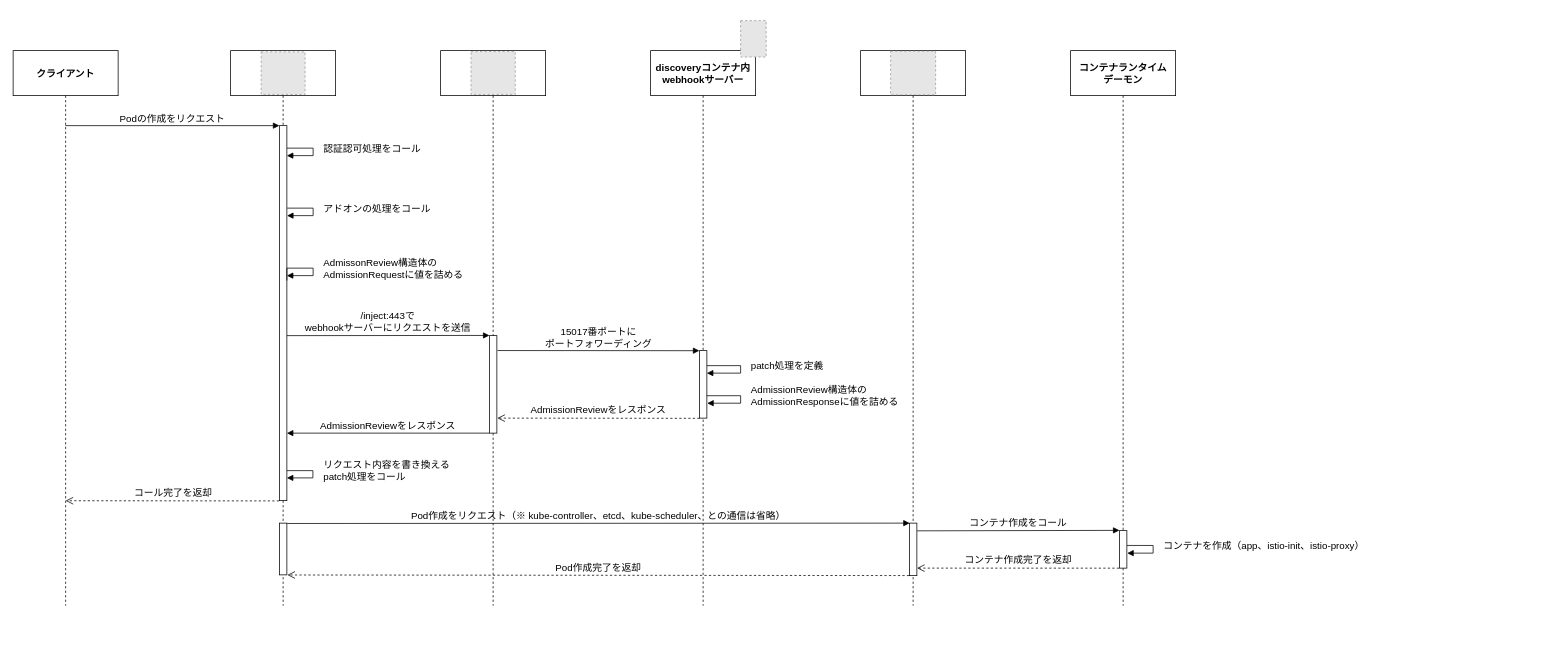
The draw.io diagram page "istio_container-injection_flow" (4 of 4) of images/drawio/istio/service-mesh_layer.drawio in hiroki-it/tech-notebook_old, before the edit. Source tidied: cells renumbered, new cells numbered last; positions are measured from the earlier drawing's top-left corner, leaving out a move shared by most shapes. Both pictures are drawn from the tidied source at 75%, with x=0, y=0 at pixel (13, 20). Pictures stored in the file or linked from it are replaced by grey dashed boxes.
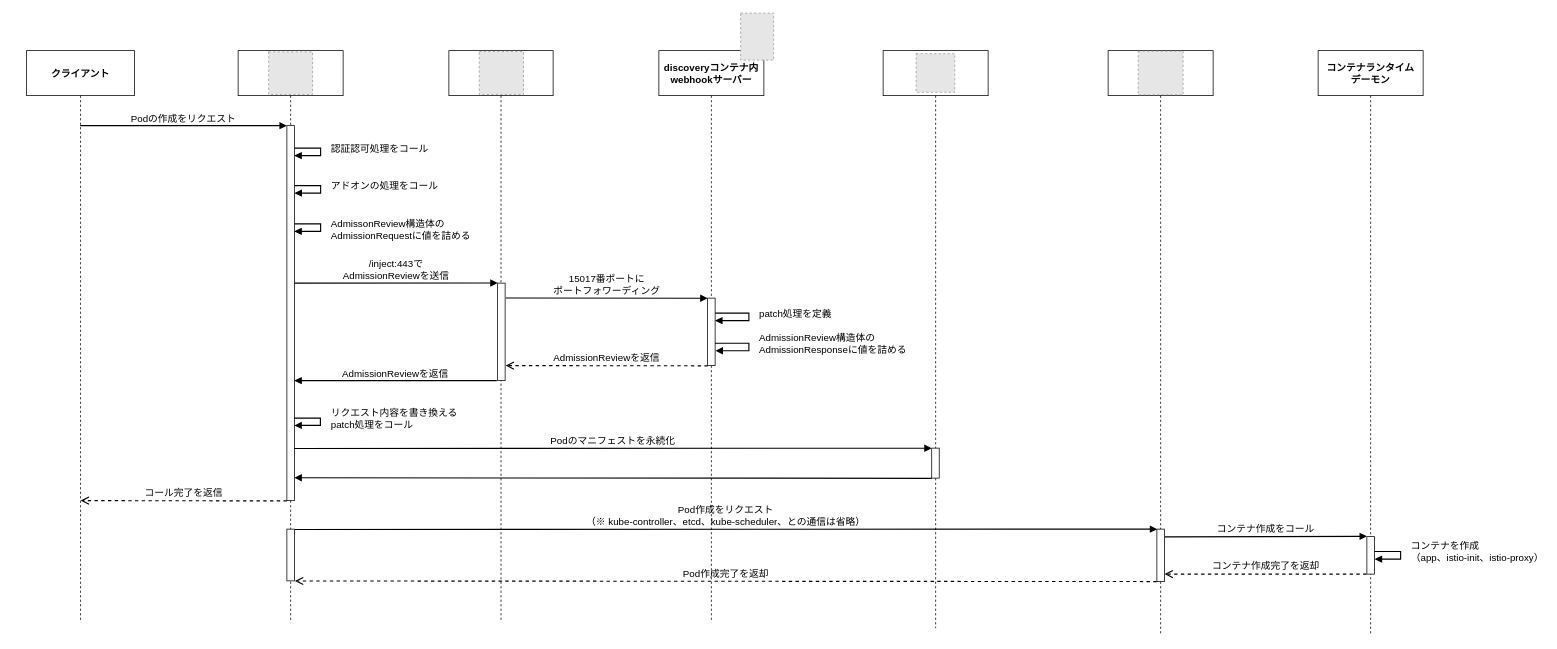
The same page after the edit.

Diff of the diagram source:
```diff
@@
     <mxCell id="2" style="shape=umlLifeline;perimeter=lifelinePerimeter;rounded=0;shadow=0;strokeWidth=1;fontSize=11;labelBackgroundColor=none;size=60;fillColor=none;" parent="1" vertex="1">
-      <mxGeometry x="850" y="40" width="140" height="740" as="geometry" />
+      <mxGeometry x="861" y="40" width="140" height="760" as="geometry" />
     </mxCell>
     <mxCell id="3" value="クライアント" style="shape=umlLifeline;perimeter=lifelinePerimeter;rounded=0;shadow=0;strokeWidth=1;labelBackgroundColor=none;fontSize=13;size=60;fillColor=none;fontStyle=1;" parent="1" vertex="1">
-      <mxGeometry y="40" width="140" height="740" as="geometry" />
+      <mxGeometry x="18" y="40" width="143.8" height="760" as="geometry" />
     </mxCell>
     <mxCell id="4" style="shape=umlLifeline;perimeter=lifelinePerimeter;rounded=0;shadow=0;strokeWidth=1;labelBackgroundColor=none;fontSize=13;size=60;fillColor=none;" parent="1" vertex="1">
-      <mxGeometry x="290" y="40" width="140" height="740" as="geometry" />
+      <mxGeometry x="300" y="40" width="140" height="760" as="geometry" />
     </mxCell>
-    <mxCell id="5" value="Podの作成をリクエスト" style="verticalAlign=bottom;endArrow=block;entryX=0;entryY=0;shadow=0;strokeWidth=1;labelBackgroundColor=none;fontColor=default;fontSize=13;" parent="1" edge="1" source="3" target="16">
+    <mxCell id="5" value="Podの作成をリクエスト" style="verticalAlign=bottom;endArrow=block;entryX=0;entryY=0;shadow=0;strokeWidth=1.5;labelBackgroundColor=none;fontColor=default;fontSize=13;" parent="1" edge="1" source="3" target="16">
       <mxGeometry relative="1" as="geometry" />
     </mxCell>
-    <mxCell id="6" value="コール完了を返却" style="html=1;verticalAlign=bottom;endArrow=open;dashed=1;endSize=8;rounded=0;exitX=-0.048;exitY=0.999;exitDx=0;exitDy=0;exitPerimeter=0;entryX=0.5;entryY=0.811;entryDx=0;entryDy=0;entryPerimeter=0;labelBackgroundColor=none;fontColor=default;fontSize=13;" parent="1" edge="1" target="3">
+    <mxCell id="6" value="コール完了を返信" style="html=1;verticalAlign=bottom;endArrow=open;dashed=1;endSize=8;rounded=0;exitX=0.032;exitY=1.001;exitDx=0;exitDy=0;exitPerimeter=0;labelBackgroundColor=none;fontColor=default;fontSize=13;strokeWidth=1.5;" parent="1" edge="1">
       <mxGeometry relative="1" as="geometry">
-        <mxPoint x="354.5" y="640.4" as="sourcePoint" />
+        <mxPoint x="365" y="640.4" as="sourcePoint" />
+        <mxPoint x="90" y="640" as="targetPoint" />
       </mxGeometry>
     </mxCell>
-    <mxCell id="7" value="/inject:443で&#10;webhookサーバーにリクエストを送信" style="verticalAlign=bottom;endArrow=block;entryX=0.011;entryY=-0.002;shadow=0;strokeWidth=1;entryDx=0;entryDy=0;entryPerimeter=0;exitX=0.975;exitY=0.56;exitDx=0;exitDy=0;exitPerimeter=0;labelBackgroundColor=none;fontColor=default;fontSize=13;" parent="1" edge="1" source="16" target="23">
-      <mxGeometry relative="1" as="geometry" />
+    <mxCell id="7" value="/inject:443で&#10;AdmissionReviewを送信" style="verticalAlign=bottom;endArrow=block;entryX=0.011;entryY=-0.002;shadow=0;strokeWidth=1.5;entryDx=0;entryDy=0;entryPerimeter=0;exitX=0.975;exitY=0.56;exitDx=0;exitDy=0;exitPerimeter=0;labelBackgroundColor=none;fontColor=default;fontSize=13;" parent="1" edge="1" target="23">
+      <mxGeometry relative="1" as="geometry">
+        <mxPoint x="374.8" y="350" as="sourcePoint" />
+      </mxGeometry>
     </mxCell>
     <mxCell id="8" style="shape=umlLifeline;perimeter=lifelinePerimeter;rounded=0;shadow=0;strokeWidth=1;labelBackgroundColor=none;fontSize=13;size=60;fillColor=none;" parent="1" vertex="1">
-      <mxGeometry x="1130" y="40" width="140" height="740" as="geometry" />
+      <mxGeometry x="1460" y="40" width="140" height="780" as="geometry" />
     </mxCell>
-    <mxCell id="9" value="Pod作成をリクエスト（※ kube-controller、etcd、kube-scheduler、との通信は省略）" style="verticalAlign=bottom;endArrow=block;shadow=0;strokeWidth=1;entryX=0.049;entryY=0;entryDx=0;entryDy=0;entryPerimeter=0;exitX=1.041;exitY=0.007;exitDx=0;exitDy=0;exitPerimeter=0;labelBackgroundColor=none;fontColor=default;fontSize=13;" parent="1" edge="1" source="20" target="28">
+    <mxCell id="9" value="Pod作成をリクエスト&#10;（※ kube-controller、etcd、kube-scheduler、との通信は省略）" style="verticalAlign=bottom;endArrow=block;shadow=0;strokeWidth=1.5;entryX=0.049;entryY=0;entryDx=0;entryDy=0;entryPerimeter=0;exitX=1.041;exitY=0.007;exitDx=0;exitDy=0;exitPerimeter=0;labelBackgroundColor=none;fontColor=default;fontSize=13;" parent="1" edge="1" source="20" target="28">
       <mxGeometry relative="1" as="geometry" />
     </mxCell>
-    <mxCell id="10" value="Pod作成完了を返却" style="html=1;verticalAlign=bottom;endArrow=open;dashed=1;endSize=8;rounded=0;exitX=-0.028;exitY=0.999;exitDx=0;exitDy=0;exitPerimeter=0;entryX=1.071;entryY=1.002;entryDx=0;entryDy=0;entryPerimeter=0;labelBackgroundColor=none;fontColor=default;fontSize=13;" parent="1" edge="1" source="28" target="20">
+    <mxCell id="10" value="Pod作成完了を返却" style="html=1;verticalAlign=bottom;endArrow=open;dashed=1;endSize=8;rounded=0;exitX=-0.028;exitY=0.999;exitDx=0;exitDy=0;exitPerimeter=0;entryX=1.071;entryY=1.002;entryDx=0;entryDy=0;entryPerimeter=0;labelBackgroundColor=none;fontColor=default;fontSize=13;strokeWidth=1.5;" parent="1" edge="1" source="28" target="20">
       <mxGeometry relative="1" as="geometry" />
     </mxCell>
     <mxCell id="11" value="コンテナランタイム&#10;デーモン" style="shape=umlLifeline;perimeter=lifelinePerimeter;rounded=0;shadow=0;strokeWidth=1;labelBackgroundColor=none;fontSize=13;size=60;fillColor=none;fontStyle=1;" parent="1" vertex="1">
-      <mxGeometry x="1410" y="40" width="140" height="740" as="geometry" />
+      <mxGeometry x="1740" y="40" width="140" height="780" as="geometry" />
     </mxCell>
-    <mxCell id="12" value="コンテナ作成をコール" style="verticalAlign=bottom;endArrow=block;shadow=0;strokeWidth=1;entryX=0.015;entryY=-0.007;entryDx=0;entryDy=0;entryPerimeter=0;exitX=1.042;exitY=0.147;exitDx=0;exitDy=0;exitPerimeter=0;labelBackgroundColor=none;fontColor=default;fontSize=13;" parent="1" edge="1" source="28" target="29">
+    <mxCell id="12" value="コンテナ作成をコール" style="verticalAlign=bottom;endArrow=block;shadow=0;strokeWidth=1.5;entryX=0.015;entryY=-0.007;entryDx=0;entryDy=0;entryPerimeter=0;exitX=1.042;exitY=0.147;exitDx=0;exitDy=0;exitPerimeter=0;labelBackgroundColor=none;fontColor=default;fontSize=13;" parent="1" edge="1" source="28" target="29">
       <mxGeometry relative="1" as="geometry" />
     </mxCell>
-    <mxCell id="13" value="コンテナ作成完了を返却" style="html=1;verticalAlign=bottom;endArrow=open;dashed=1;endSize=8;rounded=0;exitX=-0.049;exitY=1.001;exitDx=0;exitDy=0;exitPerimeter=0;entryX=1.024;entryY=0.857;entryDx=0;entryDy=0;entryPerimeter=0;labelBackgroundColor=none;fontColor=default;fontSize=13;" parent="1" edge="1" source="29" target="28">
+    <mxCell id="13" value="コンテナ作成完了を返却" style="html=1;verticalAlign=bottom;endArrow=open;dashed=1;endSize=8;rounded=0;exitX=-0.049;exitY=1.001;exitDx=0;exitDy=0;exitPerimeter=0;entryX=1.024;entryY=0.857;entryDx=0;entryDy=0;entryPerimeter=0;labelBackgroundColor=none;fontColor=default;fontSize=13;strokeWidth=1.5;" parent="1" edge="1" source="29" target="28">
       <mxGeometry relative="1" as="geometry" />
     </mxCell>
     <mxCell id="14" style="shape=umlLifeline;perimeter=lifelinePerimeter;rounded=0;shadow=0;strokeWidth=1;labelBackgroundColor=none;fontSize=13;size=60;fillColor=none;" parent="1" vertex="1">
-      <mxGeometry x="570" y="40" width="140" height="740" as="geometry" />
+      <mxGeometry x="581" y="40" width="139" height="760" as="geometry" />
     </mxCell>
-    <mxCell id="15" value="AdmissionReviewをレスポンス" style="html=1;verticalAlign=bottom;endArrow=open;dashed=1;endSize=8;rounded=0;exitX=0.02;exitY=1.003;exitDx=0;exitDy=0;exitPerimeter=0;entryX=1.064;entryY=0.846;entryDx=0;entryDy=0;entryPerimeter=0;labelBackgroundColor=none;fontColor=default;fontSize=13;" parent="1" edge="1" source="24" target="23">
+    <mxCell id="15" value="AdmissionReviewを返信" style="html=1;verticalAlign=bottom;endArrow=open;dashed=1;endSize=8;rounded=0;exitX=0.02;exitY=1.003;exitDx=0;exitDy=0;exitPerimeter=0;entryX=1.064;entryY=0.846;entryDx=0;entryDy=0;entryPerimeter=0;labelBackgroundColor=none;fontColor=default;fontSize=13;strokeWidth=1.5;" parent="1" edge="1" source="24" target="23">
       <mxGeometry relative="1" as="geometry" />
     </mxCell>
     <mxCell id="16" style="points=[];perimeter=orthogonalPerimeter;rounded=0;shadow=0;strokeWidth=1;labelBackgroundColor=none;fontSize=13;" parent="1" vertex="1">
-      <mxGeometry x="355" y="140" width="10" height="500" as="geometry" />
+      <mxGeometry x="365" y="140" width="10" height="500" as="geometry" />
     </mxCell>
-    <mxCell id="17" value="認証認可処理をコール" style="edgeStyle=orthogonalEdgeStyle;html=1;align=left;spacingLeft=2;endArrow=block;rounded=0;exitX=1.013;exitY=0.06;exitDx=0;exitDy=0;exitPerimeter=0;labelBackgroundColor=none;fontColor=default;fontSize=13;" parent="1" edge="1" source="16">
+    <mxCell id="17" value="認証認可処理をコール" style="edgeStyle=orthogonalEdgeStyle;html=1;align=left;spacingLeft=2;endArrow=block;rounded=0;exitX=1.013;exitY=0.06;exitDx=0;exitDy=0;exitPerimeter=0;labelBackgroundColor=none;fontColor=default;fontSize=13;strokeWidth=1.5;" parent="1" edge="1" source="16">
       <mxGeometry x="-0.13" y="10" relative="1" as="geometry">
-        <mxPoint x="365" y="180" as="targetPoint" />
+        <mxPoint x="375" y="180" as="targetPoint" />
         <Array as="points">
-          <mxPoint x="400" y="170" />
-          <mxPoint x="400" y="180" />
+          <mxPoint x="410" y="170" />
+          <mxPoint x="410" y="180" />
         </Array>
       </mxGeometry>
     </mxCell>
-    <mxCell id="18" value="アドオンの処理をコール" style="edgeStyle=orthogonalEdgeStyle;html=1;align=left;spacingLeft=2;endArrow=block;rounded=0;entryX=1.021;entryY=0.24;entryDx=0;entryDy=0;entryPerimeter=0;labelBackgroundColor=none;fontColor=default;exitX=1.036;exitY=0.22;exitDx=0;exitDy=0;exitPerimeter=0;fontSize=13;" parent="1" edge="1" source="16" target="16">
+    <mxCell id="18" value="アドオンの処理をコール" style="edgeStyle=orthogonalEdgeStyle;html=1;align=left;spacingLeft=2;endArrow=block;rounded=0;entryX=1.021;entryY=0.24;entryDx=0;entryDy=0;entryPerimeter=0;labelBackgroundColor=none;fontColor=default;exitX=1.036;exitY=0.22;exitDx=0;exitDy=0;exitPerimeter=0;fontSize=13;strokeWidth=1.5;" parent="1" edge="1">
       <mxGeometry x="-0.13" y="10" relative="1" as="geometry">
+        <mxPoint x="375.4" y="220" as="sourcePoint" />
+        <mxPoint x="375.2" y="230" as="targetPoint" />
         <Array as="points">
-          <mxPoint x="400" y="250" />
-          <mxPoint x="400" y="260" />
+          <mxPoint x="410" y="220" />
+          <mxPoint x="410" y="230" />
         </Array>
       </mxGeometry>
     </mxCell>
-    <mxCell id="19" value="リクエスト内容を書き換える&lt;br style=&quot;font-size: 13px;&quot;&gt;patch処理をコール" style="edgeStyle=orthogonalEdgeStyle;html=1;align=left;spacingLeft=2;endArrow=block;rounded=0;exitX=1.029;exitY=0.913;exitDx=0;exitDy=0;exitPerimeter=0;labelBackgroundColor=none;fontColor=default;entryX=1.026;entryY=0.934;entryDx=0;entryDy=0;entryPerimeter=0;fontSize=13;" parent="1" edge="1">
+    <mxCell id="19" value="リクエスト内容を書き換える&lt;br style=&quot;font-size: 13px;&quot;&gt;patch処理をコール" style="edgeStyle=orthogonalEdgeStyle;html=1;align=left;spacingLeft=2;endArrow=block;rounded=0;exitX=1.029;exitY=0.913;exitDx=0;exitDy=0;exitPerimeter=0;labelBackgroundColor=none;fontColor=default;entryX=1.026;entryY=0.934;entryDx=0;entryDy=0;entryPerimeter=0;fontSize=13;strokeWidth=1.5;" parent="1" edge="1">
       <mxGeometry x="-0.12" y="10" relative="1" as="geometry">
-        <mxPoint x="365" y="600" as="sourcePoint" />
-        <mxPoint x="365" y="609.7" as="targetPoint" />
+        <mxPoint x="375" y="530" as="sourcePoint" />
+        <mxPoint x="375" y="539.7" as="targetPoint" />
         <Array as="points">
-          <mxPoint x="399.7" y="600" />
-          <mxPoint x="399.7" y="610" />
+          <mxPoint x="409.7" y="530" />
+          <mxPoint x="409.7" y="540" />
         </Array>
       </mxGeometry>
     </mxCell>
     <mxCell id="20" style="html=1;points=[];perimeter=orthogonalPerimeter;labelBackgroundColor=none;fontSize=13;" parent="1" vertex="1">
-      <mxGeometry x="355" y="670" width="10" height="69" as="geometry" />
+      <mxGeometry x="365" y="678" width="10" height="69" as="geometry" />
     </mxCell>
-    <mxCell id="21" value="AdmissonReview構造体の&lt;br style=&quot;font-size: 13px;&quot;&gt;AdmissionRequestに値を詰める" style="edgeStyle=orthogonalEdgeStyle;html=1;align=left;spacingLeft=2;endArrow=block;rounded=0;labelBackgroundColor=none;fontColor=default;exitX=1.001;exitY=0.413;exitDx=0;exitDy=0;exitPerimeter=0;entryX=0.998;entryY=0.4;entryDx=0;entryDy=0;entryPerimeter=0;fontSize=13;" parent="1" edge="1" source="16" target="16">
+    <mxCell id="21" value="AdmissonReview構造体の&lt;br style=&quot;font-size: 13px;&quot;&gt;AdmissionRequestに値を詰める" style="edgeStyle=orthogonalEdgeStyle;html=1;align=left;spacingLeft=2;endArrow=block;rounded=0;labelBackgroundColor=none;fontColor=default;exitX=1.034;exitY=0.38;exitDx=0;exitDy=0;exitPerimeter=0;entryX=0.998;entryY=0.4;entryDx=0;entryDy=0;entryPerimeter=0;fontSize=13;strokeWidth=1.5;" parent="1" edge="1">
       <mxGeometry x="0.07" y="10" relative="1" as="geometry">
+        <mxPoint x="375.3" y="271" as="sourcePoint" />
+        <mxPoint x="375" y="281" as="targetPoint" />
         <Array as="points">
-          <mxPoint x="365" y="330" />
-          <mxPoint x="400" y="330" />
-          <mxPoint x="400" y="340" />
+          <mxPoint x="410" y="271" />
+          <mxPoint x="410" y="281" />
         </Array>
       </mxGeometry>
     </mxCell>
-    <mxCell id="22" value="AdmissionReviewをレスポンス" style="verticalAlign=bottom;endArrow=block;shadow=0;strokeWidth=1;exitX=-0.005;exitY=1;exitDx=0;exitDy=0;exitPerimeter=0;labelBackgroundColor=none;fontColor=default;fontSize=13;" parent="1" edge="1" source="23">
+    <mxCell id="22" value="AdmissionReviewを返信" style="verticalAlign=bottom;endArrow=block;shadow=0;strokeWidth=1.5;exitX=-0.005;exitY=1;exitDx=0;exitDy=0;exitPerimeter=0;labelBackgroundColor=none;fontColor=default;fontSize=13;" parent="1" edge="1">
       <mxGeometry relative="1" as="geometry">
-        <mxPoint x="365" y="550" as="targetPoint" />
+        <mxPoint x="644.9" y="480" as="sourcePoint" />
+        <mxPoint x="375" y="480" as="targetPoint" />
       </mxGeometry>
     </mxCell>
     <mxCell id="23" style="points=[];perimeter=orthogonalPerimeter;rounded=0;shadow=0;strokeWidth=1;labelBackgroundColor=none;fontSize=13;" parent="1" vertex="1">
-      <mxGeometry x="635" y="420" width="10" height="130" as="geometry" />
+      <mxGeometry x="646" y="350" width="10" height="130" as="geometry" />
     </mxCell>
     <mxCell id="24" style="points=[];perimeter=orthogonalPerimeter;rounded=0;shadow=0;strokeWidth=1;labelBackgroundColor=none;fontSize=13;" parent="1" vertex="1">
-      <mxGeometry x="915" y="440" width="10" height="90" as="geometry" />
+      <mxGeometry x="926" y="370" width="10" height="90" as="geometry" />
     </mxCell>
-    <mxCell id="25" value="AdmissionReview構造体の&lt;br style=&quot;font-size: 13px;&quot;&gt;AdmissionResponseに値を詰める" style="edgeStyle=orthogonalEdgeStyle;html=1;align=left;spacingLeft=2;endArrow=block;rounded=0;entryX=1.048;entryY=0.779;entryDx=0;entryDy=0;entryPerimeter=0;exitX=0.981;exitY=0.668;exitDx=0;exitDy=0;exitPerimeter=0;labelBackgroundColor=none;fontColor=default;fontSize=13;" parent="1" edge="1" source="24" target="24">
+    <mxCell id="25" value="AdmissionReview構造体の&lt;br style=&quot;font-size: 13px;&quot;&gt;AdmissionResponseに値を詰める" style="edgeStyle=orthogonalEdgeStyle;html=1;align=left;spacingLeft=2;endArrow=block;rounded=0;entryX=1.048;entryY=0.779;entryDx=0;entryDy=0;entryPerimeter=0;exitX=0.981;exitY=0.668;exitDx=0;exitDy=0;exitPerimeter=0;labelBackgroundColor=none;fontColor=default;fontSize=13;strokeWidth=1.5;" parent="1" edge="1" source="24" target="24">
       <mxGeometry x="-0.09" y="10" relative="1" as="geometry">
         <Array as="points">
-          <mxPoint x="970" y="500" />
-          <mxPoint x="970" y="510" />
+          <mxPoint x="981" y="430" />
+          <mxPoint x="981" y="440" />
         </Array>
       </mxGeometry>
     </mxCell>
-    <mxCell id="26" value="patch処理を定義" style="edgeStyle=orthogonalEdgeStyle;html=1;align=left;spacingLeft=2;endArrow=block;rounded=0;labelBackgroundColor=none;fontColor=default;fontSize=13;" parent="1" edge="1" source="24">
+    <mxCell id="26" value="patch処理を定義" style="edgeStyle=orthogonalEdgeStyle;html=1;align=left;spacingLeft=2;endArrow=block;rounded=0;labelBackgroundColor=none;fontColor=default;fontSize=13;strokeWidth=1.5;" parent="1" edge="1" source="24">
       <mxGeometry x="-0.1" y="10" relative="1" as="geometry">
-        <mxPoint x="925" y="470" as="targetPoint" />
+        <mxPoint x="936" y="400" as="targetPoint" />
         <Array as="points">
-          <mxPoint x="970" y="460" />
-          <mxPoint x="970" y="470" />
+          <mxPoint x="981" y="390" />
+          <mxPoint x="981" y="400" />
         </Array>
       </mxGeometry>
     </mxCell>
-    <mxCell id="27" value="15017番ポートに&#10;ポートフォワーディング" style="verticalAlign=bottom;endArrow=block;entryX=0.011;entryY=-0.002;shadow=0;strokeWidth=1;entryDx=0;entryDy=0;entryPerimeter=0;exitX=1.086;exitY=0.153;exitDx=0;exitDy=0;exitPerimeter=0;labelBackgroundColor=none;fontColor=default;fontSize=13;" parent="1" edge="1" source="23">
+    <mxCell id="27" value="15017番ポートに&#10;ポートフォワーディング" style="verticalAlign=bottom;endArrow=block;entryX=0.011;entryY=-0.002;shadow=0;strokeWidth=1.5;entryDx=0;entryDy=0;entryPerimeter=0;exitX=1.086;exitY=0.153;exitDx=0;exitDy=0;exitPerimeter=0;labelBackgroundColor=none;fontColor=default;fontSize=13;" parent="1" edge="1" source="23">
       <mxGeometry relative="1" as="geometry">
-        <mxPoint x="915" y="440.1" as="targetPoint" />
+        <mxPoint x="926" y="370.1" as="targetPoint" />
       </mxGeometry>
     </mxCell>
     <mxCell id="28" style="points=[];perimeter=orthogonalPerimeter;rounded=0;shadow=0;strokeWidth=1;labelBackgroundColor=none;fontSize=13;" parent="1" vertex="1">
-      <mxGeometry x="1195" y="670" width="10" height="70" as="geometry" />
+      <mxGeometry x="1525" y="678" width="10" height="70" as="geometry" />
     </mxCell>
     <mxCell id="29" style="points=[];perimeter=orthogonalPerimeter;rounded=0;shadow=0;strokeWidth=1;labelBackgroundColor=none;fontSize=13;" parent="1" vertex="1">
-      <mxGeometry x="1475" y="680" width="10" height="50" as="geometry" />
+      <mxGeometry x="1805" y="688" width="10" height="50" as="geometry" />
     </mxCell>
-    <mxCell id="30" value="コンテナを作成（app、istio-init、istio-proxy）" style="edgeStyle=orthogonalEdgeStyle;html=1;align=left;spacingLeft=2;endArrow=block;rounded=0;exitX=1.016;exitY=0.395;exitDx=0;exitDy=0;exitPerimeter=0;labelBackgroundColor=none;fontColor=default;entryX=1.049;entryY=0.6;entryDx=0;entryDy=0;entryPerimeter=0;fontSize=13;" parent="1" edge="1" source="29" target="29">
+    <mxCell id="30" value="コンテナを作成&lt;br&gt;（app、istio-init、istio-proxy）" style="edgeStyle=orthogonalEdgeStyle;html=1;align=left;spacingLeft=2;endArrow=block;rounded=0;exitX=1.016;exitY=0.395;exitDx=0;exitDy=0;exitPerimeter=0;labelBackgroundColor=none;fontColor=default;entryX=1.049;entryY=0.6;entryDx=0;entryDy=0;entryPerimeter=0;fontSize=13;strokeWidth=1.5;" parent="1" edge="1" source="29" target="29">
       <mxGeometry x="-0.13" y="10" relative="1" as="geometry">
         <Array as="points">
-          <mxPoint x="1520" y="700" />
-          <mxPoint x="1520" y="710" />
+          <mxPoint x="1850" y="708" />
+          <mxPoint x="1850" y="718" />
         </Array>
       </mxGeometry>
     </mxCell>
     <mxCell id="31" style="fillColor=#E6E6E6;strokeColor=#999999;dashed=1;" parent="1" vertex="1">
-      <mxGeometry x="330.7" y="41.6" width="58.6" height="56.8" as="geometry" />
+      <mxGeometry x="340.7" y="41.6" width="58.6" height="56.8" as="geometry" />
     </mxCell>
     <mxCell id="32" style="fillColor=#E6E6E6;strokeColor=#999999;dashed=1;" parent="1" vertex="1">
-      <mxGeometry x="610.5" y="41.3" width="59" height="57.1" as="geometry" />
+      <mxGeometry x="621.5" y="41.3" width="59" height="57.1" as="geometry" />
     </mxCell>
     <mxCell id="33" style="fillColor=#E6E6E6;strokeColor=#999999;dashed=1;" parent="1" vertex="1">
-      <mxGeometry x="1170" y="40.8" width="60" height="58.1" as="geometry" />
+      <mxGeometry x="1500" y="40.8" width="60" height="58.1" as="geometry" />
     </mxCell>
     <mxCell id="34" value="&lt;b style=&quot;border-color: var(--border-color); font-size: 13px;&quot;&gt;&lt;b style=&quot;border-color: var(--border-color); font-size: 13px;&quot;&gt;&lt;font style=&quot;border-color: var(--border-color); font-size: 13px;&quot;&gt;discoveryコンテナ内&lt;/font&gt;&lt;/b&gt;&lt;br style=&quot;font-size: 13px;&quot;&gt;webhookサーバー&lt;/b&gt;&lt;b style=&quot;font-size: 13px;&quot;&gt;&lt;font style=&quot;font-size: 13px;&quot;&gt;&lt;br style=&quot;font-size: 13px;&quot;&gt;&lt;/font&gt;&lt;/b&gt;" style="text;whiteSpace=wrap;html=1;fontSize=13;align=center;verticalAlign=middle;fillColor=none;strokeColor=none;" parent="1" vertex="1">
-      <mxGeometry x="855" y="48.5" width="130" height="43" as="geometry" />
+      <mxGeometry x="866" y="48.5" width="130" height="43" as="geometry" />
     </mxCell>
     <mxCell id="35" style="fillColor=#E6E6E6;strokeColor=#999999;dashed=1;" parent="1" vertex="1">
-      <mxGeometry x="970" width="34.1" height="48.5" as="geometry" />
+      <mxGeometry x="970" y="-10" width="44.1" height="62.7" as="geometry" />
     </mxCell>
+    <mxCell id="36" style="shape=umlLifeline;perimeter=lifelinePerimeter;rounded=0;shadow=0;strokeWidth=1;labelBackgroundColor=none;fontSize=13;size=60;fillColor=none;" parent="1" vertex="1">
+      <mxGeometry x="1160" y="40" width="140" height="770" as="geometry" />
+    </mxCell>
+    <mxCell id="37" style="fillColor=#E6E6E6;strokeColor=#999999;dashed=1;" parent="1" vertex="1">
+      <mxGeometry x="1204" y="44.1" width="51.5" height="51.5" as="geometry" />
+    </mxCell>
+    <mxCell id="38" style="points=[];perimeter=orthogonalPerimeter;rounded=0;shadow=0;strokeWidth=1;labelBackgroundColor=none;fontSize=13;" parent="1" vertex="1">
+      <mxGeometry x="1224.8" y="570" width="10" height="40" as="geometry" />
+    </mxCell>
+    <mxCell id="39" value="Podのマニフェストを永続化" style="verticalAlign=bottom;endArrow=block;shadow=0;strokeWidth=1.5;exitX=0.985;exitY=0.861;exitDx=0;exitDy=0;exitPerimeter=0;labelBackgroundColor=none;fontColor=default;fontSize=13;entryX=-0.001;entryY=0.004;entryDx=0;entryDy=0;entryPerimeter=0;" parent="1" edge="1" source="16" target="38">
+      <mxGeometry relative="1" as="geometry" />
+    </mxCell>
+    <mxCell id="40" style="verticalAlign=bottom;endArrow=block;shadow=0;strokeWidth=1.5;exitX=0.01;exitY=1.007;exitDx=0;exitDy=0;exitPerimeter=0;labelBackgroundColor=none;fontColor=default;fontSize=13;entryX=1.006;entryY=0.939;entryDx=0;entryDy=0;entryPerimeter=0;" parent="1" edge="1" source="38" target="16">
+      <mxGeometry relative="1" as="geometry" />
+    </mxCell>
```
